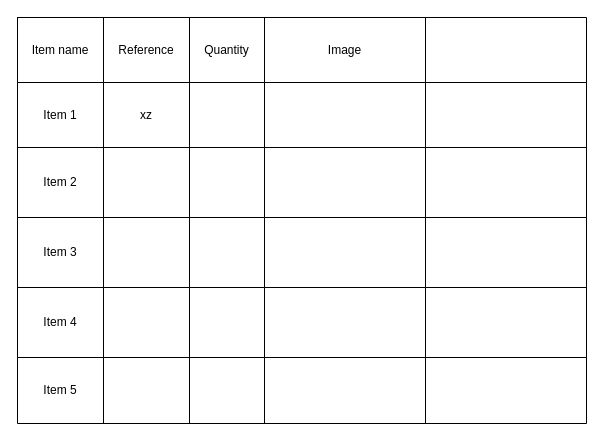
The draw.io diagram Part list or data sheet.drawio in amerezoji1362/drawio-github, before the edit. Source tidied: cells renumbered, new cells numbered last; positions are measured from the earlier drawing's top-left corner, leaving out a move shared by most shapes. Both pictures are drawn from the tidied source at 100%, with x=0, y=0 at pixel (17, 17).
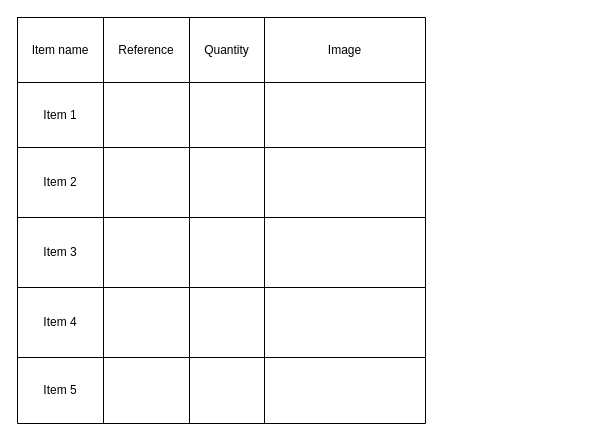
The same diagram, later.

The edit, as a diff of the source:
```diff
@@
     <mxCell id="2" style="shape=table;startSize=0;childLayout=tableLayout;" parent="1" vertex="1">
-      <mxGeometry width="569" height="406" as="geometry" />
+      <mxGeometry width="408" height="406" as="geometry" />
     </mxCell>
     <mxCell id="3" style="shape=partialRectangle;fillColor=none;top=0;left=0;bottom=0;right=0;" parent="2" vertex="1">
-      <mxGeometry width="569" height="65" as="geometry" />
+      <mxGeometry width="408" height="65" as="geometry" />
     </mxCell>
@@
-    <mxCell id="8" style="shape=partialRectangle;html=1;whiteSpace=wrap;overflow=hidden;fillColor=none;top=0;left=0;bottom=0;right=0;" parent="3" vertex="1">
-      <mxGeometry x="408" width="161" height="65" as="geometry" />
-    </mxCell>
     <mxCell id="9" style="shape=partialRectangle;fillColor=none;top=0;left=0;bottom=0;right=0;" parent="2" vertex="1">
-      <mxGeometry y="65" width="569" height="65" as="geometry" />
+      <mxGeometry y="65" width="408" height="65" as="geometry" />
     </mxCell>
@@
-    <mxCell id="11" value="xz" style="shape=partialRectangle;html=1;whiteSpace=wrap;overflow=hidden;fillColor=none;top=0;left=0;bottom=0;right=0;" parent="9" vertex="1">
+    <mxCell id="11" style="shape=partialRectangle;html=1;whiteSpace=wrap;overflow=hidden;fillColor=none;top=0;left=0;bottom=0;right=0;" parent="9" vertex="1">
       <mxGeometry x="86" width="86" height="65" as="geometry" />
     </mxCell>
@@
-    <mxCell id="14" style="shape=partialRectangle;html=1;whiteSpace=wrap;overflow=hidden;fillColor=none;top=0;left=0;bottom=0;right=0;" parent="9" vertex="1">
-      <mxGeometry x="408" width="161" height="65" as="geometry" />
-    </mxCell>
     <mxCell id="15" style="shape=partialRectangle;fillColor=none;top=0;left=0;bottom=0;right=0;" parent="2" vertex="1">
-      <mxGeometry y="130" width="569" height="70" as="geometry" />
+      <mxGeometry y="130" width="408" height="70" as="geometry" />
     </mxCell>
@@
-    <mxCell id="20" style="shape=partialRectangle;html=1;whiteSpace=wrap;overflow=hidden;fillColor=none;top=0;left=0;bottom=0;right=0;" parent="15" vertex="1">
-      <mxGeometry x="408" width="161" height="70" as="geometry" />
-    </mxCell>
     <mxCell id="21" style="shape=partialRectangle;fillColor=none;top=0;left=0;bottom=0;right=0;" parent="2" vertex="1">
-      <mxGeometry y="200" width="569" height="70" as="geometry" />
+      <mxGeometry y="200" width="408" height="70" as="geometry" />
     </mxCell>
@@
-    <mxCell id="26" style="shape=partialRectangle;html=1;whiteSpace=wrap;overflow=hidden;fillColor=none;top=0;left=0;bottom=0;right=0;" parent="21" vertex="1">
-      <mxGeometry x="408" width="161" height="70" as="geometry" />
-    </mxCell>
     <mxCell id="27" style="shape=partialRectangle;fillColor=none;top=0;left=0;bottom=0;right=0;" parent="2" vertex="1">
-      <mxGeometry y="270" width="569" height="70" as="geometry" />
+      <mxGeometry y="270" width="408" height="70" as="geometry" />
     </mxCell>
@@
-    <mxCell id="32" style="shape=partialRectangle;html=1;whiteSpace=wrap;overflow=hidden;fillColor=none;top=0;left=0;bottom=0;right=0;" parent="27" vertex="1">
-      <mxGeometry x="408" width="161" height="70" as="geometry" />
-    </mxCell>
     <mxCell id="33" style="shape=partialRectangle;fillColor=none;top=0;left=0;bottom=0;right=0;" parent="2" vertex="1">
-      <mxGeometry y="340" width="569" height="66" as="geometry" />
+      <mxGeometry y="340" width="408" height="66" as="geometry" />
     </mxCell>
@@
-    <mxCell id="38" style="shape=partialRectangle;html=1;whiteSpace=wrap;overflow=hidden;fillColor=none;top=0;left=0;bottom=0;right=0;" parent="33" vertex="1">
-      <mxGeometry x="408" width="161" height="66" as="geometry" />
-    </mxCell>
```
